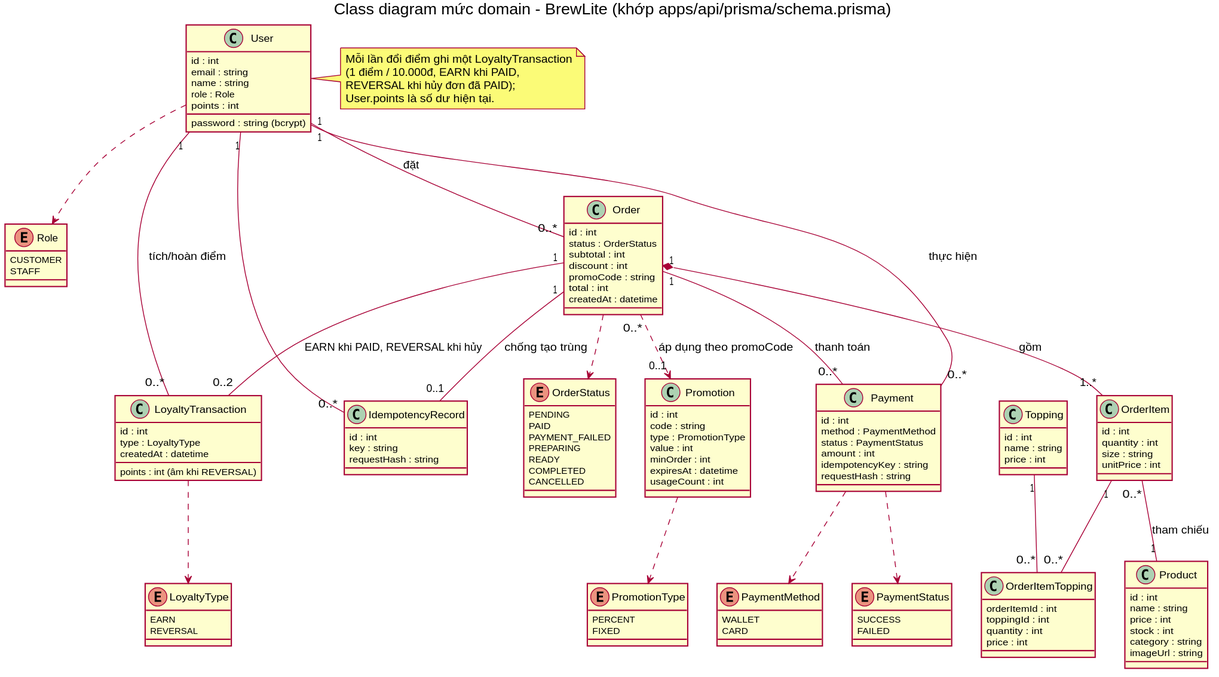
Earlier version of the PlantUML export docs/diagrams/class-domain.svg (tthan-prog/BrewLite).
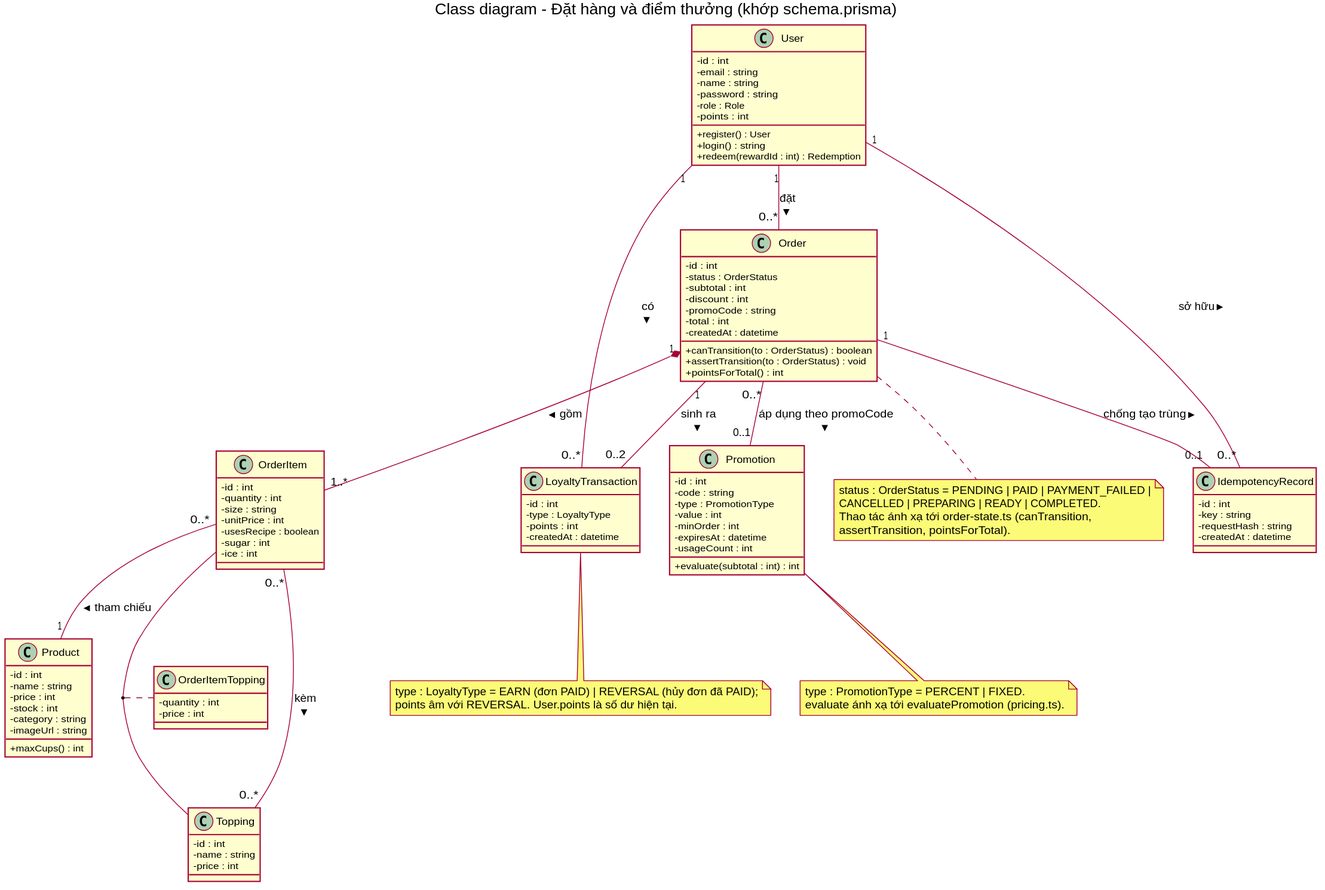
The same file after the commit.

The edit, as a diff of the source:
```diff
@@ -1,132 +1,103 @@
 @startuml class-domain
-title Class diagram mức domain - BrewLite (khớp apps/api/prisma/schema.prisma)
+title Class diagram - Đặt hàng và điểm thưởng (khớp schema.prisma)
 skinparam shadowing false
 skinparam classAttributeIconSize 0
-
-enum Role {
-  CUSTOMER
-  STAFF
+class User {
+  - id : int
+  - email : string
+  - name : string
+  - password : string
+  - role : Role
+  - points : int
+  + register() : User
+  + login() : string
+  + redeem(rewardId : int) : Redemption
 }
-enum OrderStatus {
-  PENDING
-  PAID
-  PAYMENT_FAILED
-  PREPARING
-  READY
-  COMPLETED
-  CANCELLED
+class Product {
+  - id : int
+  - name : string
+  - price : int
+  - stock : int
+  - category : string
+  - imageUrl : string
+  + maxCups() : int
 }
-enum PaymentMethod {
-  WALLET
-  CARD
+class Topping {
+  - id : int
+  - name : string
+  - price : int
 }
-enum PaymentStatus {
-  SUCCESS
-  FAILED
+class Order {
+  - id : int
+  - status : OrderStatus
+  - subtotal : int
+  - discount : int
+  - promoCode : string
+  - total : int
+  - createdAt : datetime
+  + canTransition(to : OrderStatus) : boolean
+  + assertTransition(to : OrderStatus) : void
+  + pointsForTotal() : int
 }
-enum PromotionType {
-  PERCENT
-  FIXED
+class OrderItem {
+  - id : int
+  - quantity : int
+  - size : string
+  - unitPrice : int
+  - usesRecipe : boolean
+  - sugar : int
+  - ice : int
 }
-enum LoyaltyType {
-  EARN
-  REVERSAL
+class OrderItemTopping {
+  - quantity : int
+  - price : int
+}
+class Promotion {
+  - id : int
+  - code : string
+  - type : PromotionType
+  - value : int
+  - minOrder : int
+  - expiresAt : datetime
+  - usageCount : int
+  + evaluate(subtotal : int) : int
+}
+class LoyaltyTransaction {
+  - id : int
+  - type : LoyaltyType
+  - points : int
+  - createdAt : datetime
+}
+class IdempotencyRecord {
+  - id : int
+  - key : string
+  - requestHash : string
+  - createdAt : datetime
 }
 
+User "1" -- "0..*" Order : đặt >
+Order "1" *-- "1..*" OrderItem : gồm >
+OrderItem "0..*" -- "1" Product : tham chiếu >
+(OrderItem, Topping) .. OrderItemTopping
+OrderItem "0..*" -- "0..*" Topping : kèm >
+Order "0..*" -- "0..1" Promotion : áp dụng theo promoCode >
+User "1" -- "0..*" LoyaltyTransaction : có >
+Order "1" -- "0..2" LoyaltyTransaction : sinh ra >
+Order "1" -- "0..1" IdempotencyRecord : chống tạo trùng >
+User "1" -- "0..*" IdempotencyRecord : sở hữu >
 
-class User {
-  id : int
-  email : string
-  name : string
-  password : string (bcrypt)
-  role : Role
-  points : int
-}
-class Product {
-  id : int
-  name : string
-  price : int
-  stock : int
-  category : string
-  imageUrl : string
-}
-class Topping {
-  id : int
-  name : string
-  price : int
-}
-class Order {
-  id : int
-  status : OrderStatus
-  subtotal : int
-  discount : int
-  promoCode : string
-  total : int
-  createdAt : datetime
-}
-class OrderItem {
-  id : int
-  quantity : int
-  size : string
-  unitPrice : int
-}
-class OrderItemTopping {
-  orderItemId : int
-  toppingId : int
-  quantity : int
-  price : int
-}
-class Payment {
-  id : int
-  method : PaymentMethod
-  status : PaymentStatus
-  amount : int
-  idempotencyKey : string
-  requestHash : string
-}
-class Promotion {
-  id : int
-  code : string
-  type : PromotionType
-  value : int
-  minOrder : int
-  expiresAt : datetime
-  usageCount : int
-}
-class LoyaltyTransaction {
-  id : int
-  type : LoyaltyType
-  points : int (âm khi REVERSAL)
-  createdAt : datetime
-}
-class IdempotencyRecord {
-  id : int
-  key : string
-  requestHash : string
-}
-
-User "1" -- "0..*" Order : đặt
-Order "1" *-- "1..*" OrderItem : gồm
-OrderItem "0..*" -- "1" Product : tham chiếu
-OrderItem "1" -- "0..*" OrderItemTopping
-Topping "1" -- "0..*" OrderItemTopping
-Order "1" -- "0..*" Payment : thanh toán
-Order "0..*" ..> "0..1" Promotion : áp dụng theo promoCode
-User "1" -- "0..*" Payment : thực hiện
-User "1" -- "0..*" LoyaltyTransaction : tích/hoàn điểm
-Order "1" -- "0..2" LoyaltyTransaction : EARN khi PAID, REVERSAL khi hủy
-User "1" -- "0..*" IdempotencyRecord
-Order "1" -- "0..1" IdempotencyRecord : chống tạo trùng
-User ..> Role
-Order ..> OrderStatus
-Payment ..> PaymentStatus
-Payment ..> PaymentMethod
-Promotion ..> PromotionType
-LoyaltyTransaction ..> LoyaltyType
-note right of User
-  Mỗi lần đổi điểm ghi một LoyaltyTransaction
-  (1 điểm / 10.000đ, EARN khi PAID,
-  REVERSAL khi hủy đơn đã PAID);
-  User.points là số dư hiện tại.
+note bottom of Order
+  status : OrderStatus = PENDING | PAID | PAYMENT_FAILED |
+  CANCELLED | PREPARING | READY | COMPLETED.
+  Thao tác ánh xạ tới order-state.ts (canTransition,
+  assertTransition, pointsForTotal).
+end note
+note bottom of LoyaltyTransaction
+  type : LoyaltyType = EARN (đơn PAID) | REVERSAL (hủy đơn đã PAID);
+  points âm với REVERSAL. User.points là số dư hiện tại.
+end note
+note bottom of Promotion
+  type : PromotionType = PERCENT | FIXED.
+  evaluate ánh xạ tới evaluatePromotion (pricing.ts).
 end note
 @enduml
```
